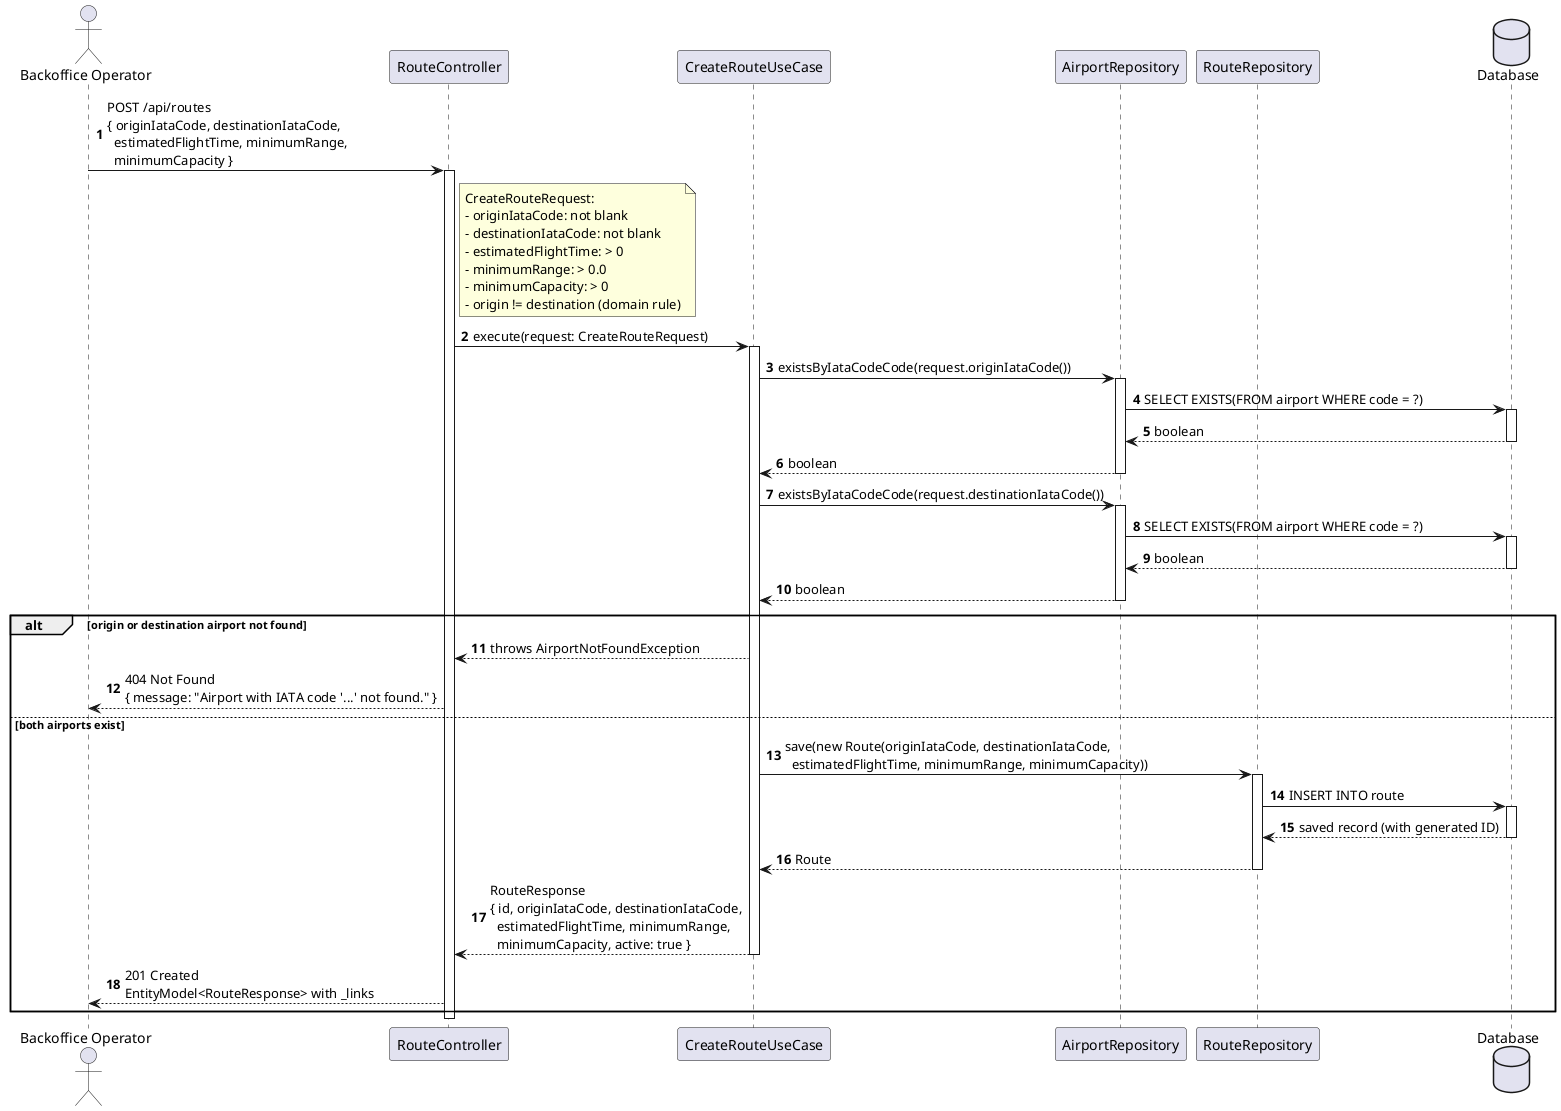
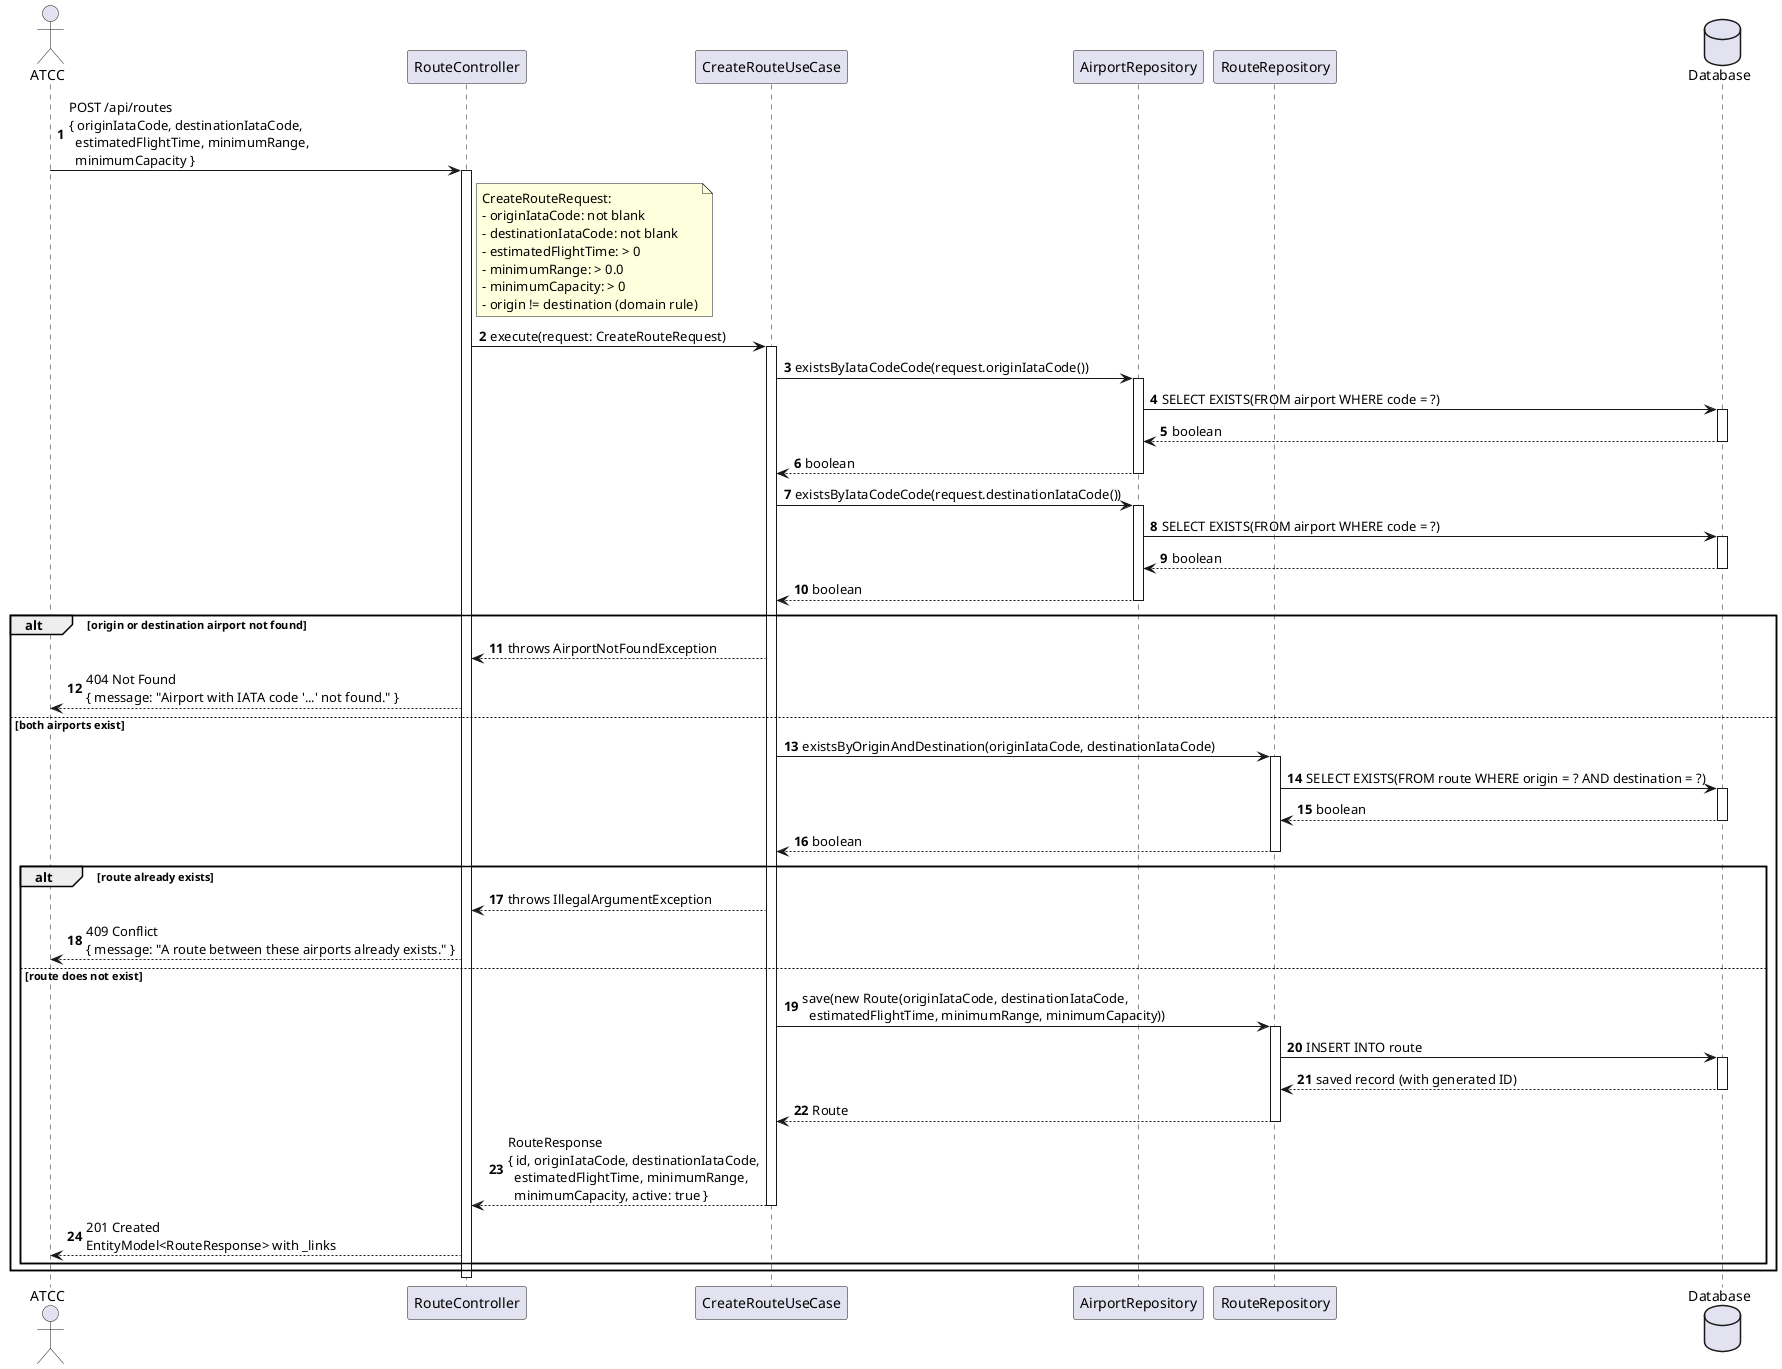
@startuml
autonumber
- actor "Backoffice Operator" as Actor
+ actor "ATCC" as Actor
participant "RouteController" as Ctrl
participant "CreateRouteUseCase" as UC
participant "AirportRepository" as AirRepo
participant "RouteRepository" as RouteRepo
database "Database" as DB

Actor -> Ctrl : POST /api/routes\n{ originIataCode, destinationIataCode,\n  estimatedFlightTime, minimumRange,\n  minimumCapacity }
activate Ctrl

note right of Ctrl
  CreateRouteRequest:
  - originIataCode: not blank
  - destinationIataCode: not blank
  - estimatedFlightTime: > 0
  - minimumRange: > 0.0
  - minimumCapacity: > 0
  - origin != destination (domain rule)
end note

Ctrl -> UC : execute(request: CreateRouteRequest)
activate UC

UC -> AirRepo : existsByIataCodeCode(request.originIataCode())
activate AirRepo
AirRepo -> DB : SELECT EXISTS(FROM airport WHERE code = ?)
activate DB
DB --> AirRepo : boolean
deactivate DB
AirRepo --> UC : boolean
deactivate AirRepo

UC -> AirRepo : existsByIataCodeCode(request.destinationIataCode())
activate AirRepo
AirRepo -> DB : SELECT EXISTS(FROM airport WHERE code = ?)
activate DB
DB --> AirRepo : boolean
deactivate DB
AirRepo --> UC : boolean
deactivate AirRepo

alt origin or destination airport not found
  UC --> Ctrl : throws AirportNotFoundException
  Ctrl --> Actor : 404 Not Found\n{ message: "Airport with IATA code '...' not found." }
else both airports exist
-   UC -> RouteRepo : save(new Route(originIataCode, destinationIataCode,\n  estimatedFlightTime, minimumRange, minimumCapacity))
+   UC -> RouteRepo : existsByOriginAndDestination(originIataCode, destinationIataCode)
  activate RouteRepo
-   RouteRepo -> DB : INSERT INTO route
+   RouteRepo -> DB : SELECT EXISTS(FROM route WHERE origin = ? AND destination = ?)
  activate DB
-   DB --> RouteRepo : saved record (with generated ID)
+   DB --> RouteRepo : boolean
  deactivate DB
-   RouteRepo --> UC : Route
+   RouteRepo --> UC : boolean
  deactivate RouteRepo

-   UC --> Ctrl : RouteResponse\n{ id, originIataCode, destinationIataCode,\n  estimatedFlightTime, minimumRange,\n  minimumCapacity, active: true }
-   deactivate UC
-   Ctrl --> Actor : 201 Created\nEntityModel<RouteResponse> with _links
+   alt route already exists
+     UC --> Ctrl : throws IllegalArgumentException
+     Ctrl --> Actor : 409 Conflict\n{ message: "A route between these airports already exists." }
+   else route does not exist
+     UC -> RouteRepo : save(new Route(originIataCode, destinationIataCode,\n  estimatedFlightTime, minimumRange, minimumCapacity))
+     activate RouteRepo
+     RouteRepo -> DB : INSERT INTO route
+     activate DB
+     DB --> RouteRepo : saved record (with generated ID)
+     deactivate DB
+     RouteRepo --> UC : Route
+     deactivate RouteRepo
+ 
+     UC --> Ctrl : RouteResponse\n{ id, originIataCode, destinationIataCode,\n  estimatedFlightTime, minimumRange,\n  minimumCapacity, active: true }
+     deactivate UC
+     Ctrl --> Actor : 201 Created\nEntityModel<RouteResponse> with _links
+   end
end

deactivate Ctrl
@enduml
